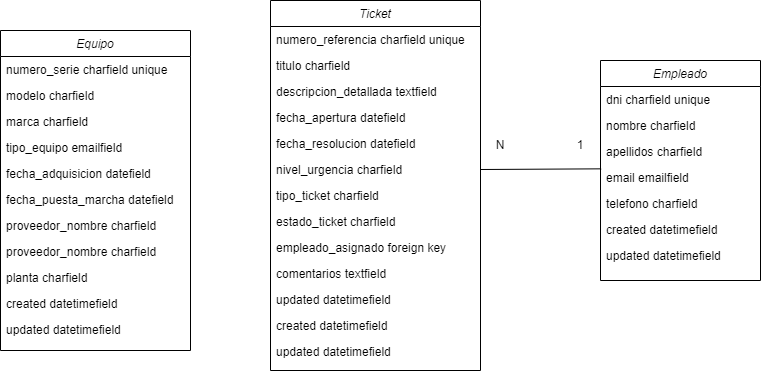
Earlier version of the draw.io export diagrama_bbdd.png (pruizayastuy/appDeustomach). Source tidied: cells renumbered, new cells last; positions are measured from the earlier drawing's top-left corner, leaving out a move shared by most shapes. The source it was exported from:
```xml
<mxGraphModel>
  <root>
    <mxCell id="0" />
    <mxCell id="1" parent="0" />
    <mxCell id="2" value="Empleado" style="swimlane;fontStyle=2;align=center;verticalAlign=top;horizontal=1;startSize=26;rounded=0;shadow=0;strokeWidth=1;" parent="1" vertex="1">
      <mxGeometry x="600" y="60" width="160" height="220" as="geometry" />
    </mxCell>
    <mxCell id="3" value="dni charfield unique" style="text;align=left;verticalAlign=top;spacingLeft=4;spacingRight=4;overflow=hidden;" parent="2" vertex="1">
      <mxGeometry y="26" width="160" height="26" as="geometry" />
    </mxCell>
    <mxCell id="4" value="nombre charfield" style="text;align=left;verticalAlign=top;spacingLeft=4;spacingRight=4;overflow=hidden;rounded=0;shadow=0;html=0;" parent="2" vertex="1">
      <mxGeometry y="52" width="160" height="26" as="geometry" />
    </mxCell>
    <mxCell id="5" value="apellidos charfield" style="text;align=left;verticalAlign=top;spacingLeft=4;spacingRight=4;overflow=hidden;rounded=0;shadow=0;html=0;" parent="2" vertex="1">
      <mxGeometry y="78" width="160" height="26" as="geometry" />
    </mxCell>
    <mxCell id="6" value="email emailfield" style="text;align=left;verticalAlign=top;spacingLeft=4;spacingRight=4;overflow=hidden;points=[[0,0.5],[1,0.5]];portConstraint=eastwest;" parent="2" vertex="1">
      <mxGeometry y="104" width="160" height="26" as="geometry" />
    </mxCell>
    <mxCell id="7" value="telefono charfield" style="text;align=left;verticalAlign=top;spacingLeft=4;spacingRight=4;overflow=hidden;" parent="2" vertex="1">
      <mxGeometry y="130" width="160" height="26" as="geometry" />
    </mxCell>
    <mxCell id="8" value="created datetimefield" style="text;align=left;verticalAlign=top;spacingLeft=4;spacingRight=4;overflow=hidden;" parent="2" vertex="1">
      <mxGeometry y="156" width="160" height="26" as="geometry" />
    </mxCell>
    <mxCell id="9" value="updated datetimefield" style="text;align=left;verticalAlign=top;spacingLeft=4;spacingRight=4;overflow=hidden;" parent="2" vertex="1">
      <mxGeometry y="182" width="160" height="26" as="geometry" />
    </mxCell>
    <mxCell id="10" value="Equipo" style="swimlane;fontStyle=2;align=center;verticalAlign=top;horizontal=1;startSize=26;rounded=0;shadow=0;strokeWidth=1;" parent="1" vertex="1">
      <mxGeometry y="30" width="190" height="320" as="geometry" />
    </mxCell>
    <mxCell id="11" value="numero_serie charfield unique" style="text;align=left;verticalAlign=top;spacingLeft=4;spacingRight=4;overflow=hidden;" parent="10" vertex="1">
      <mxGeometry y="26" width="190" height="26" as="geometry" />
    </mxCell>
    <mxCell id="12" value="modelo charfield" style="text;align=left;verticalAlign=top;spacingLeft=4;spacingRight=4;overflow=hidden;rounded=0;shadow=0;html=0;" parent="10" vertex="1">
      <mxGeometry y="52" width="190" height="26" as="geometry" />
    </mxCell>
    <mxCell id="13" value="marca charfield" style="text;align=left;verticalAlign=top;spacingLeft=4;spacingRight=4;overflow=hidden;rounded=0;shadow=0;html=0;" parent="10" vertex="1">
      <mxGeometry y="78" width="190" height="26" as="geometry" />
    </mxCell>
    <mxCell id="14" value="tipo_equipo emailfield" style="text;align=left;verticalAlign=top;spacingLeft=4;spacingRight=4;overflow=hidden;" parent="10" vertex="1">
      <mxGeometry y="104" width="190" height="26" as="geometry" />
    </mxCell>
    <mxCell id="15" value="fecha_adquisicion datefield" style="text;align=left;verticalAlign=top;spacingLeft=4;spacingRight=4;overflow=hidden;" parent="10" vertex="1">
      <mxGeometry y="130" width="190" height="26" as="geometry" />
    </mxCell>
    <mxCell id="16" value="fecha_puesta_marcha datefield" style="text;align=left;verticalAlign=top;spacingLeft=4;spacingRight=4;overflow=hidden;" parent="10" vertex="1">
      <mxGeometry y="156" width="190" height="26" as="geometry" />
    </mxCell>
    <mxCell id="17" value="proveedor_nombre charfield" style="text;align=left;verticalAlign=top;spacingLeft=4;spacingRight=4;overflow=hidden;" parent="10" vertex="1">
      <mxGeometry y="182" width="190" height="26" as="geometry" />
    </mxCell>
    <mxCell id="18" value="proveedor_nombre charfield" style="text;align=left;verticalAlign=top;spacingLeft=4;spacingRight=4;overflow=hidden;" parent="10" vertex="1">
      <mxGeometry y="208" width="190" height="26" as="geometry" />
    </mxCell>
    <mxCell id="19" value="planta charfield" style="text;align=left;verticalAlign=top;spacingLeft=4;spacingRight=4;overflow=hidden;" parent="10" vertex="1">
      <mxGeometry y="234" width="190" height="26" as="geometry" />
    </mxCell>
    <mxCell id="20" value="created datetimefield" style="text;align=left;verticalAlign=top;spacingLeft=4;spacingRight=4;overflow=hidden;" parent="10" vertex="1">
      <mxGeometry y="260" width="190" height="26" as="geometry" />
    </mxCell>
    <mxCell id="21" value="updated datetimefield" style="text;align=left;verticalAlign=top;spacingLeft=4;spacingRight=4;overflow=hidden;" parent="10" vertex="1">
      <mxGeometry y="286" width="190" height="26" as="geometry" />
    </mxCell>
    <mxCell id="22" value="Ticket" style="swimlane;fontStyle=2;align=center;verticalAlign=top;horizontal=1;startSize=26;rounded=0;shadow=0;strokeWidth=1;" parent="1" vertex="1">
      <mxGeometry x="270" width="210" height="370" as="geometry" />
    </mxCell>
    <mxCell id="23" value="numero_referencia charfield unique" style="text;align=left;verticalAlign=top;spacingLeft=4;spacingRight=4;overflow=hidden;" parent="22" vertex="1">
      <mxGeometry y="26" width="210" height="26" as="geometry" />
    </mxCell>
    <mxCell id="24" value="titulo charfield" style="text;align=left;verticalAlign=top;spacingLeft=4;spacingRight=4;overflow=hidden;rounded=0;shadow=0;html=0;" parent="22" vertex="1">
      <mxGeometry y="52" width="210" height="26" as="geometry" />
    </mxCell>
    <mxCell id="25" value="descripcion_detallada textfield" style="text;align=left;verticalAlign=top;spacingLeft=4;spacingRight=4;overflow=hidden;rounded=0;shadow=0;html=0;" parent="22" vertex="1">
      <mxGeometry y="78" width="210" height="26" as="geometry" />
    </mxCell>
    <mxCell id="26" value="fecha_apertura datefield" style="text;align=left;verticalAlign=top;spacingLeft=4;spacingRight=4;overflow=hidden;" parent="22" vertex="1">
      <mxGeometry y="104" width="210" height="26" as="geometry" />
    </mxCell>
    <mxCell id="27" value="fecha_resolucion datefield" style="text;align=left;verticalAlign=top;spacingLeft=4;spacingRight=4;overflow=hidden;" parent="22" vertex="1">
      <mxGeometry y="130" width="210" height="26" as="geometry" />
    </mxCell>
    <mxCell id="28" value="nivel_urgencia charfield" style="text;align=left;verticalAlign=top;spacingLeft=4;spacingRight=4;overflow=hidden;points=[[0,0.5],[1,0.5]];portConstraint=eastwest;" parent="22" vertex="1">
      <mxGeometry y="156" width="210" height="26" as="geometry" />
    </mxCell>
    <mxCell id="29" value="tipo_ticket charfield" style="text;align=left;verticalAlign=top;spacingLeft=4;spacingRight=4;overflow=hidden;" parent="22" vertex="1">
      <mxGeometry y="182" width="210" height="26" as="geometry" />
    </mxCell>
    <mxCell id="30" value="estado_ticket charfield" style="text;align=left;verticalAlign=top;spacingLeft=4;spacingRight=4;overflow=hidden;" parent="22" vertex="1">
      <mxGeometry y="208" width="210" height="26" as="geometry" />
    </mxCell>
    <mxCell id="31" value="empleado_asignado foreign key" style="text;align=left;verticalAlign=top;spacingLeft=4;spacingRight=4;overflow=hidden;" parent="22" vertex="1">
      <mxGeometry y="234" width="210" height="26" as="geometry" />
    </mxCell>
    <mxCell id="32" value="comentarios textfield" style="text;align=left;verticalAlign=top;spacingLeft=4;spacingRight=4;overflow=hidden;" parent="22" vertex="1">
      <mxGeometry y="260" width="210" height="26" as="geometry" />
    </mxCell>
    <mxCell id="33" value="updated datetimefield" style="text;align=left;verticalAlign=top;spacingLeft=4;spacingRight=4;overflow=hidden;" parent="22" vertex="1">
      <mxGeometry y="286" width="210" height="26" as="geometry" />
    </mxCell>
    <mxCell id="34" value="created datetimefield" style="text;align=left;verticalAlign=top;spacingLeft=4;spacingRight=4;overflow=hidden;" parent="22" vertex="1">
      <mxGeometry y="312" width="210" height="26" as="geometry" />
    </mxCell>
    <mxCell id="35" value="updated datetimefield" style="text;align=left;verticalAlign=top;spacingLeft=4;spacingRight=4;overflow=hidden;" parent="22" vertex="1">
      <mxGeometry y="338" width="210" height="26" as="geometry" />
    </mxCell>
    <mxCell id="36" style="endArrow=none;html=1;rounded=0;entryX=0.004;entryY=0.167;entryDx=0;entryDy=0;entryPerimeter=0;exitX=1;exitY=0.5;exitDx=0;exitDy=0;" parent="1" edge="1" source="28" target="6">
      <mxGeometry relative="1" as="geometry" />
    </mxCell>
    <mxCell id="37" value="1" style="text;html=1;align=center;verticalAlign=middle;whiteSpace=wrap;rounded=0;" parent="1" vertex="1">
      <mxGeometry x="550" y="130" width="60" height="30" as="geometry" />
    </mxCell>
    <mxCell id="38" value="N" style="text;html=1;align=center;verticalAlign=middle;whiteSpace=wrap;rounded=0;" parent="1" vertex="1">
      <mxGeometry x="470" y="130" width="60" height="30" as="geometry" />
    </mxCell>
  </root>
</mxGraphModel>
```
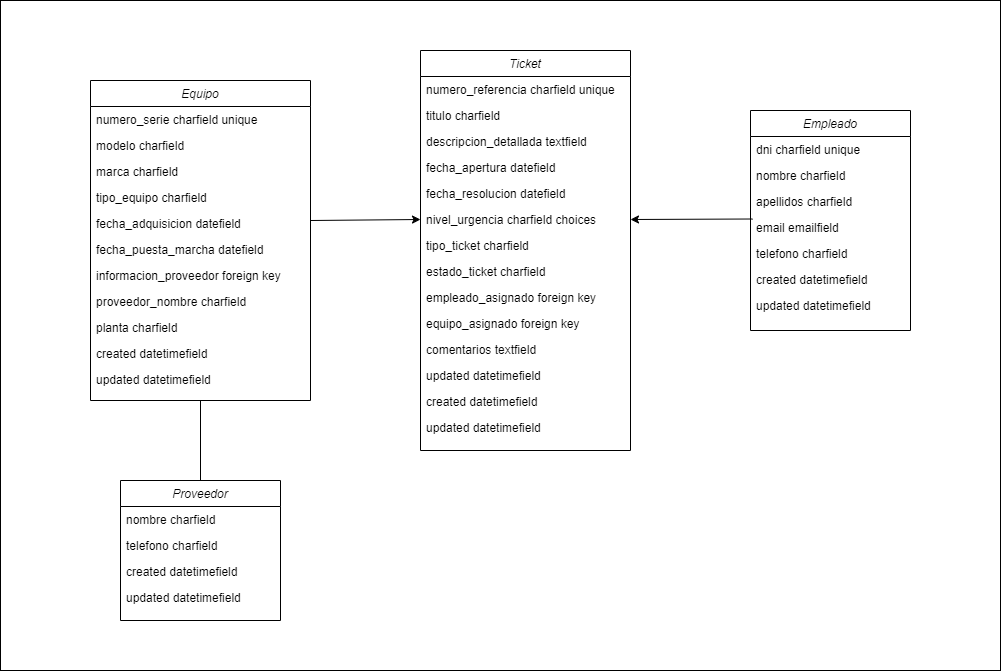
Above is the later version.

What changed in the source:
```diff
@@ -2,6 +2,9 @@
   <root>
     <mxCell id="0" />
     <mxCell id="1" parent="0" />
+    <mxCell id="39" style="rounded=0;whiteSpace=wrap;html=1;" parent="1" vertex="1">
+      <mxGeometry x="-150" y="-50" width="1000" height="670" as="geometry" />
+    </mxCell>
     <mxCell id="2" value="Empleado" style="swimlane;fontStyle=2;align=center;verticalAlign=top;horizontal=1;startSize=26;rounded=0;shadow=0;strokeWidth=1;" parent="1" vertex="1">
       <mxGeometry x="600" y="60" width="160" height="220" as="geometry" />
     </mxCell>
@@ -27,43 +30,43 @@
       <mxGeometry y="182" width="160" height="26" as="geometry" />
     </mxCell>
     <mxCell id="10" value="Equipo" style="swimlane;fontStyle=2;align=center;verticalAlign=top;horizontal=1;startSize=26;rounded=0;shadow=0;strokeWidth=1;" parent="1" vertex="1">
-      <mxGeometry y="30" width="190" height="320" as="geometry" />
+      <mxGeometry x="-60" y="30" width="220" height="320" as="geometry" />
     </mxCell>
     <mxCell id="11" value="numero_serie charfield unique" style="text;align=left;verticalAlign=top;spacingLeft=4;spacingRight=4;overflow=hidden;" parent="10" vertex="1">
-      <mxGeometry y="26" width="190" height="26" as="geometry" />
+      <mxGeometry y="26" width="220" height="26" as="geometry" />
     </mxCell>
     <mxCell id="12" value="modelo charfield" style="text;align=left;verticalAlign=top;spacingLeft=4;spacingRight=4;overflow=hidden;rounded=0;shadow=0;html=0;" parent="10" vertex="1">
-      <mxGeometry y="52" width="190" height="26" as="geometry" />
+      <mxGeometry y="52" width="220" height="26" as="geometry" />
     </mxCell>
     <mxCell id="13" value="marca charfield" style="text;align=left;verticalAlign=top;spacingLeft=4;spacingRight=4;overflow=hidden;rounded=0;shadow=0;html=0;" parent="10" vertex="1">
-      <mxGeometry y="78" width="190" height="26" as="geometry" />
+      <mxGeometry y="78" width="220" height="26" as="geometry" />
     </mxCell>
-    <mxCell id="14" value="tipo_equipo emailfield" style="text;align=left;verticalAlign=top;spacingLeft=4;spacingRight=4;overflow=hidden;" parent="10" vertex="1">
-      <mxGeometry y="104" width="190" height="26" as="geometry" />
+    <mxCell id="14" value="tipo_equipo charfield" style="text;align=left;verticalAlign=top;spacingLeft=4;spacingRight=4;overflow=hidden;" parent="10" vertex="1">
+      <mxGeometry y="104" width="220" height="26" as="geometry" />
     </mxCell>
     <mxCell id="15" value="fecha_adquisicion datefield" style="text;align=left;verticalAlign=top;spacingLeft=4;spacingRight=4;overflow=hidden;" parent="10" vertex="1">
-      <mxGeometry y="130" width="190" height="26" as="geometry" />
+      <mxGeometry y="130" width="220" height="26" as="geometry" />
     </mxCell>
     <mxCell id="16" value="fecha_puesta_marcha datefield" style="text;align=left;verticalAlign=top;spacingLeft=4;spacingRight=4;overflow=hidden;" parent="10" vertex="1">
-      <mxGeometry y="156" width="190" height="26" as="geometry" />
+      <mxGeometry y="156" width="220" height="26" as="geometry" />
     </mxCell>
-    <mxCell id="17" value="proveedor_nombre charfield" style="text;align=left;verticalAlign=top;spacingLeft=4;spacingRight=4;overflow=hidden;" parent="10" vertex="1">
-      <mxGeometry y="182" width="190" height="26" as="geometry" />
+    <mxCell id="17" value="informacion_proveedor foreign key" style="text;align=left;verticalAlign=top;spacingLeft=4;spacingRight=4;overflow=hidden;" parent="10" vertex="1">
+      <mxGeometry y="182" width="220" height="26" as="geometry" />
     </mxCell>
     <mxCell id="18" value="proveedor_nombre charfield" style="text;align=left;verticalAlign=top;spacingLeft=4;spacingRight=4;overflow=hidden;" parent="10" vertex="1">
-      <mxGeometry y="208" width="190" height="26" as="geometry" />
+      <mxGeometry y="208" width="220" height="26" as="geometry" />
     </mxCell>
     <mxCell id="19" value="planta charfield" style="text;align=left;verticalAlign=top;spacingLeft=4;spacingRight=4;overflow=hidden;" parent="10" vertex="1">
-      <mxGeometry y="234" width="190" height="26" as="geometry" />
+      <mxGeometry y="234" width="220" height="26" as="geometry" />
     </mxCell>
     <mxCell id="20" value="created datetimefield" style="text;align=left;verticalAlign=top;spacingLeft=4;spacingRight=4;overflow=hidden;" parent="10" vertex="1">
-      <mxGeometry y="260" width="190" height="26" as="geometry" />
+      <mxGeometry y="260" width="220" height="26" as="geometry" />
     </mxCell>
     <mxCell id="21" value="updated datetimefield" style="text;align=left;verticalAlign=top;spacingLeft=4;spacingRight=4;overflow=hidden;" parent="10" vertex="1">
-      <mxGeometry y="286" width="190" height="26" as="geometry" />
+      <mxGeometry y="286" width="220" height="26" as="geometry" />
     </mxCell>
     <mxCell id="22" value="Ticket" style="swimlane;fontStyle=2;align=center;verticalAlign=top;horizontal=1;startSize=26;rounded=0;shadow=0;strokeWidth=1;" parent="1" vertex="1">
-      <mxGeometry x="270" width="210" height="370" as="geometry" />
+      <mxGeometry x="270" width="210" height="400" as="geometry" />
     </mxCell>
     <mxCell id="23" value="numero_referencia charfield unique" style="text;align=left;verticalAlign=top;spacingLeft=4;spacingRight=4;overflow=hidden;" parent="22" vertex="1">
       <mxGeometry y="26" width="210" height="26" as="geometry" />
@@ -80,7 +83,7 @@
     <mxCell id="27" value="fecha_resolucion datefield" style="text;align=left;verticalAlign=top;spacingLeft=4;spacingRight=4;overflow=hidden;" parent="22" vertex="1">
       <mxGeometry y="130" width="210" height="26" as="geometry" />
     </mxCell>
-    <mxCell id="28" value="nivel_urgencia charfield" style="text;align=left;verticalAlign=top;spacingLeft=4;spacingRight=4;overflow=hidden;points=[[0,0.5],[1,0.5]];portConstraint=eastwest;" parent="22" vertex="1">
+    <mxCell id="28" value="nivel_urgencia charfield choices" style="text;align=left;verticalAlign=top;spacingLeft=4;spacingRight=4;overflow=hidden;points=[[0,0.5],[1,0.5]];portConstraint=eastwest;" parent="22" vertex="1">
       <mxGeometry y="156" width="210" height="26" as="geometry" />
     </mxCell>
     <mxCell id="29" value="tipo_ticket charfield" style="text;align=left;verticalAlign=top;spacingLeft=4;spacingRight=4;overflow=hidden;" parent="22" vertex="1">
@@ -92,26 +95,48 @@
     <mxCell id="31" value="empleado_asignado foreign key" style="text;align=left;verticalAlign=top;spacingLeft=4;spacingRight=4;overflow=hidden;" parent="22" vertex="1">
       <mxGeometry y="234" width="210" height="26" as="geometry" />
     </mxCell>
+    <mxCell id="40" value="equipo_asignado foreign key" style="text;align=left;verticalAlign=top;spacingLeft=4;spacingRight=4;overflow=hidden;" parent="22" vertex="1">
+      <mxGeometry y="260" width="210" height="26" as="geometry" />
+    </mxCell>
     <mxCell id="32" value="comentarios textfield" style="text;align=left;verticalAlign=top;spacingLeft=4;spacingRight=4;overflow=hidden;" parent="22" vertex="1">
-      <mxGeometry y="260" width="210" height="26" as="geometry" />
+      <mxGeometry y="286" width="210" height="26" as="geometry" />
     </mxCell>
     <mxCell id="33" value="updated datetimefield" style="text;align=left;verticalAlign=top;spacingLeft=4;spacingRight=4;overflow=hidden;" parent="22" vertex="1">
-      <mxGeometry y="286" width="210" height="26" as="geometry" />
+      <mxGeometry y="312" width="210" height="26" as="geometry" />
     </mxCell>
     <mxCell id="34" value="created datetimefield" style="text;align=left;verticalAlign=top;spacingLeft=4;spacingRight=4;overflow=hidden;" parent="22" vertex="1">
-      <mxGeometry y="312" width="210" height="26" as="geometry" />
+      <mxGeometry y="338" width="210" height="26" as="geometry" />
     </mxCell>
     <mxCell id="35" value="updated datetimefield" style="text;align=left;verticalAlign=top;spacingLeft=4;spacingRight=4;overflow=hidden;" parent="22" vertex="1">
-      <mxGeometry y="338" width="210" height="26" as="geometry" />
+      <mxGeometry y="364" width="210" height="36" as="geometry" />
     </mxCell>
-    <mxCell id="36" style="endArrow=none;html=1;rounded=0;entryX=0.004;entryY=0.167;entryDx=0;entryDy=0;entryPerimeter=0;exitX=1;exitY=0.5;exitDx=0;exitDy=0;" parent="1" edge="1" source="28" target="6">
-      <mxGeometry relative="1" as="geometry" />
-    </mxCell>
-    <mxCell id="37" value="1" style="text;html=1;align=center;verticalAlign=middle;whiteSpace=wrap;rounded=0;" parent="1" vertex="1">
-      <mxGeometry x="550" y="130" width="60" height="30" as="geometry" />
-    </mxCell>
-    <mxCell id="38" value="N" style="text;html=1;align=center;verticalAlign=middle;whiteSpace=wrap;rounded=0;" parent="1" vertex="1">
-      <mxGeometry x="470" y="130" width="60" height="30" as="geometry" />
-    </mxCell>
+    <mxCell id="41" style="endArrow=classic;html=1;rounded=0;exitX=0.013;exitY=0.173;exitDx=0;exitDy=0;exitPerimeter=0;entryX=1;entryY=0.5;entryDx=0;entryDy=0;" parent="1" edge="1" source="6" target="28">
+      <mxGeometry relative="1" as="geometry" />
+    </mxCell>
+    <mxCell id="42" style="endArrow=classic;html=1;rounded=0;entryX=0;entryY=0.5;entryDx=0;entryDy=0;" parent="1" edge="1" target="28">
+      <mxGeometry relative="1" as="geometry">
+        <mxPoint x="160" y="170" as="sourcePoint" />
+      </mxGeometry>
+    </mxCell>
+    <mxCell id="43" value="Proveedor" style="swimlane;fontStyle=2;align=center;verticalAlign=top;horizontal=1;startSize=26;rounded=0;shadow=0;strokeWidth=1;" parent="1" vertex="1">
+      <mxGeometry x="-30" y="430" width="160" height="140" as="geometry" />
+    </mxCell>
+    <mxCell id="44" value="nombre charfield" style="text;align=left;verticalAlign=top;spacingLeft=4;spacingRight=4;overflow=hidden;rounded=0;shadow=0;html=0;" parent="43" vertex="1">
+      <mxGeometry y="26" width="160" height="26" as="geometry" />
+    </mxCell>
+    <mxCell id="45" value="telefono charfield" style="text;align=left;verticalAlign=top;spacingLeft=4;spacingRight=4;overflow=hidden;" parent="43" vertex="1">
+      <mxGeometry y="52" width="160" height="26" as="geometry" />
+    </mxCell>
+    <mxCell id="46" value="created datetimefield" style="text;align=left;verticalAlign=top;spacingLeft=4;spacingRight=4;overflow=hidden;" parent="43" vertex="1">
+      <mxGeometry y="78" width="160" height="26" as="geometry" />
+    </mxCell>
+    <mxCell id="47" value="updated datetimefield" style="text;align=left;verticalAlign=top;spacingLeft=4;spacingRight=4;overflow=hidden;" parent="43" vertex="1">
+      <mxGeometry y="104" width="160" height="26" as="geometry" />
+    </mxCell>
+    <mxCell id="48" style="endArrow=none;html=1;rounded=0;entryX=0.5;entryY=1;entryDx=0;entryDy=0;" parent="1" edge="1" target="10">
+      <mxGeometry relative="1" as="geometry">
+        <mxPoint x="50" y="430" as="sourcePoint" />
+      </mxGeometry>
+    </mxCell>
   </root>
 </mxGraphModel>
```
